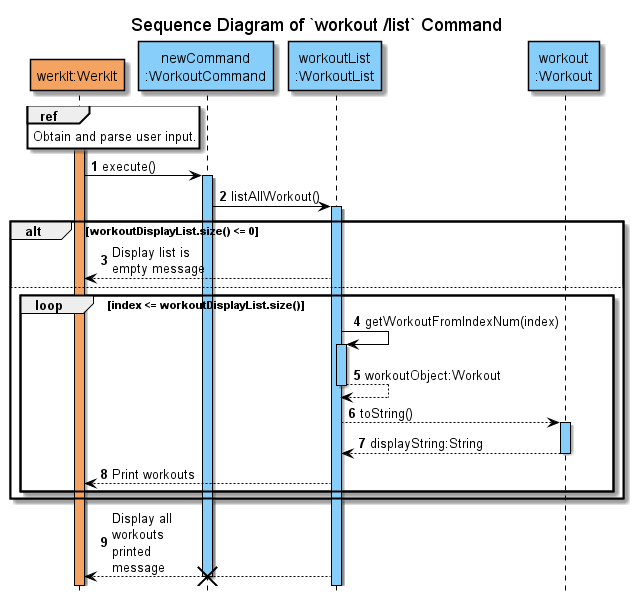
Before: docs/uml/sequenceDiagrams/workouts/images/listWorkout.png, a diagram exported from PlantUML (nus-cs2113-AY2122S2/tp).
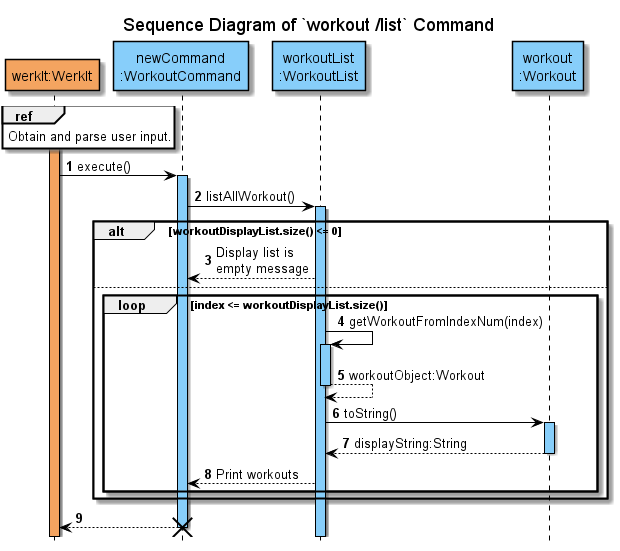
Above is the later version.

Change to the diagram source:
```diff
@@ -21,19 +21,19 @@
 newCommand -> WorkoutList : listAllWorkout()
 activate WorkoutList COLOR_LOGIC
 alt workoutDisplayList.size() <= 0
-WorkoutList --> WerkIt: Display list is \nempty message
+WorkoutList --> newCommand: Display list is \nempty message
 else
 loop index <= workoutDisplayList.size()
 WorkoutList -> WorkoutList:getWorkoutFromIndexNum(index)
 activate WorkoutList COLOR_LOGIC
 return workoutObject:Workout
-WorkoutList-->Workout: toString()
+WorkoutList->Workout: toString()
 activate Workout COLOR_LOGIC
 return displayString:String
-WorkoutList --> WerkIt: Print workouts
+WorkoutList --> newCommand: Print workouts
 end
 end
-WorkoutList --> WerkIt: Display all \nworkouts \nprinted \nmessage
 
+newCommand --> WerkIt
 destroy newCommand
 @enduml
```
